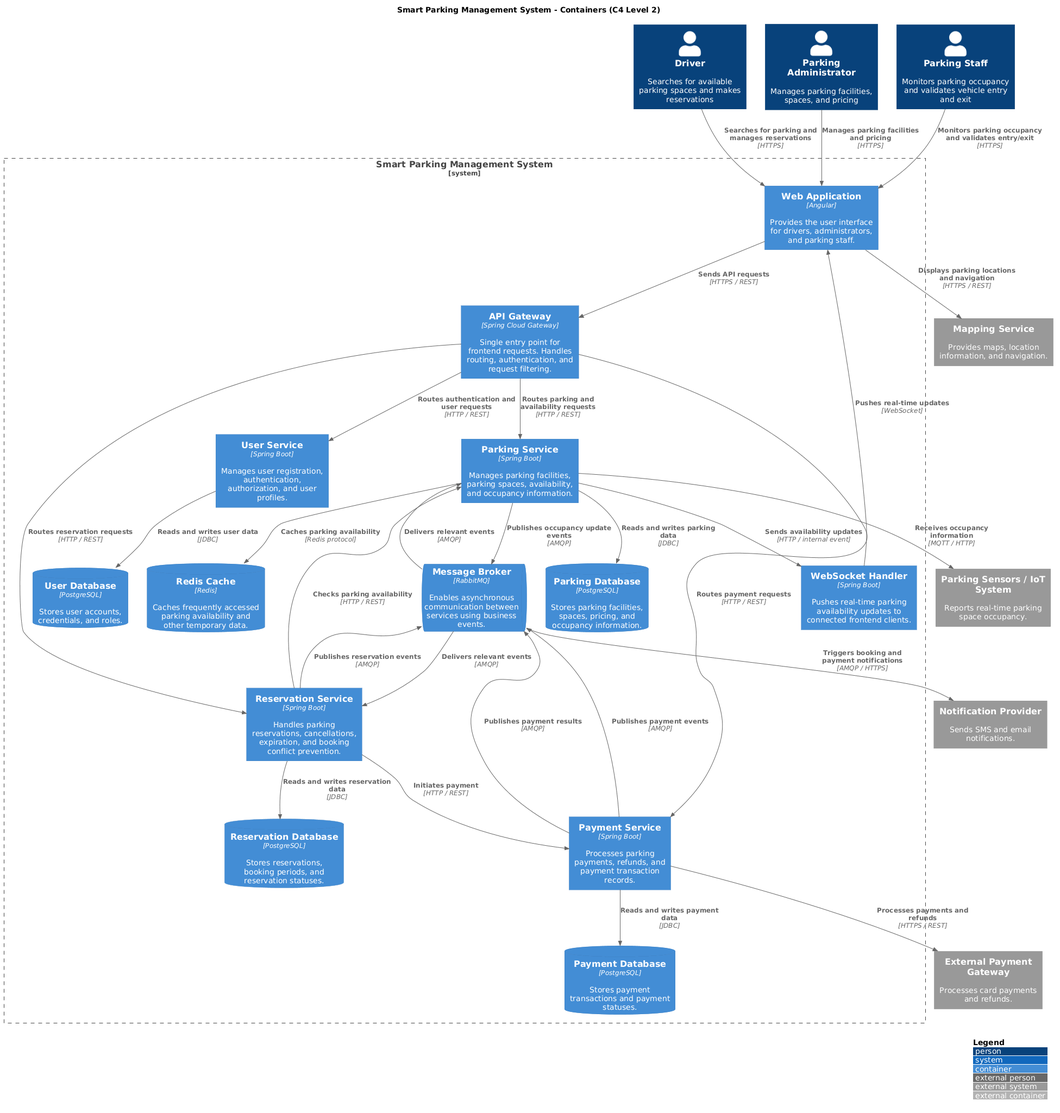
GhadahAlsuhaibani/smart-parking-system keeps this PlantUML diagram as docs/container.png. Above is the earlier version.
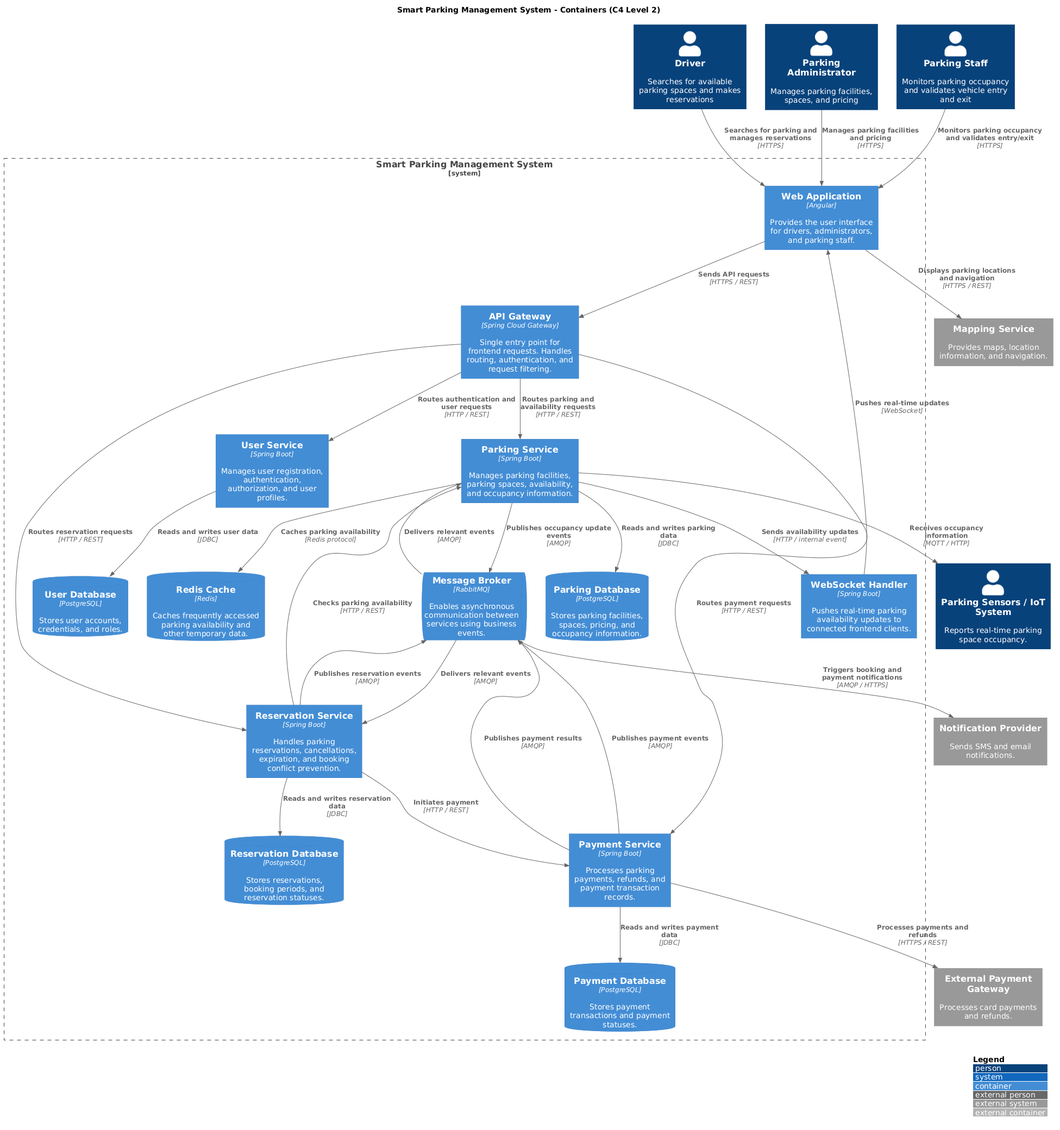
Above is the later version.

Diff of the diagram source:
```diff
@@ -1,4 +1,4 @@
-@startuml containers
+@startuml container
 
 !include <C4/C4_Container>
 
@@ -43,7 +43,7 @@
 
 System_Ext(notification_provider, "Notification Provider", "Sends SMS and email notifications.")
 
-System_Ext(parking_sensors, "Parking Sensors / IoT System", "Reports real-time parking space occupancy.")
+Person(parking_sensors, "Parking Sensors / IoT System", "Reports real-time parking space occupancy.")
 
 System_Ext(mapping_service, "Mapping Service", "Provides maps, location information, and navigation.")
 
```
